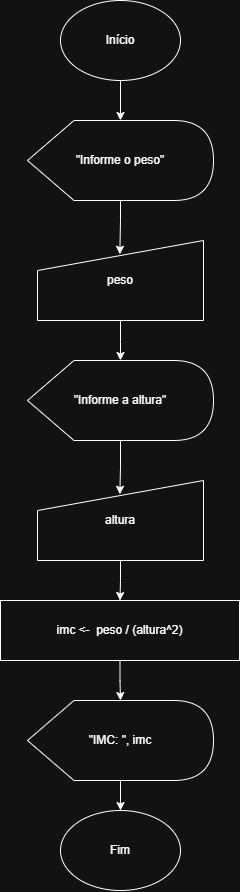
This is 4_imc.png from ThiagoMarcelinoVieira/atv17, a draw.io export, as it was before one commit. Source tidied: cells renumbered, new cells last; positions are measured from the earlier drawing's top-left corner, leaving out a move shared by most shapes.
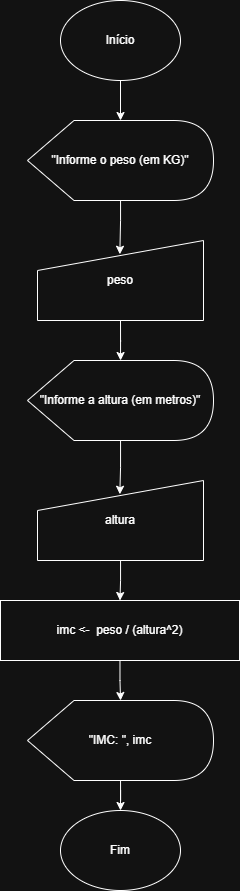
The same diagram one commit later.

Commit message:
adicionando unidades de medida

The edit, as a diff of the source:
```diff
@@ -11,7 +11,7 @@
     <mxCell id="4" style="edgeStyle=orthogonalEdgeStyle;rounded=0;jettySize=auto;html=1;entryX=0.496;entryY=0.172;entryDx=0;entryDy=0;entryPerimeter=0;" parent="1" edge="1" source="5" target="6">
       <mxGeometry relative="1" as="geometry" />
     </mxCell>
-    <mxCell id="5" value="&quot;Informe o peso&quot;" style="shape=display;whiteSpace=wrap;html=1;" parent="1" vertex="1">
+    <mxCell id="5" value="&quot;Informe o peso (em KG)&quot;" style="shape=display;whiteSpace=wrap;html=1;" parent="1" vertex="1">
       <mxGeometry x="27" y="120" width="186" height="80" as="geometry" />
     </mxCell>
     <mxCell id="6" value="peso" style="shape=manualInput;whiteSpace=wrap;html=1;" parent="1" vertex="1">
@@ -27,7 +27,7 @@
         <mxPoint x="119.3" y="493.8" as="targetPoint" />
       </mxGeometry>
     </mxCell>
-    <mxCell id="9" value="&quot;Informe a altura&quot;" style="shape=display;whiteSpace=wrap;html=1;" parent="1" vertex="1">
+    <mxCell id="9" value="&quot;Informe a altura (em metros)&quot;" style="shape=display;whiteSpace=wrap;html=1;" parent="1" vertex="1">
       <mxGeometry x="27" y="360" width="186" height="80" as="geometry" />
     </mxCell>
     <mxCell id="10" style="edgeStyle=orthogonalEdgeStyle;rounded=0;jettySize=auto;html=1;" parent="1" edge="1" source="11" target="13">
```
